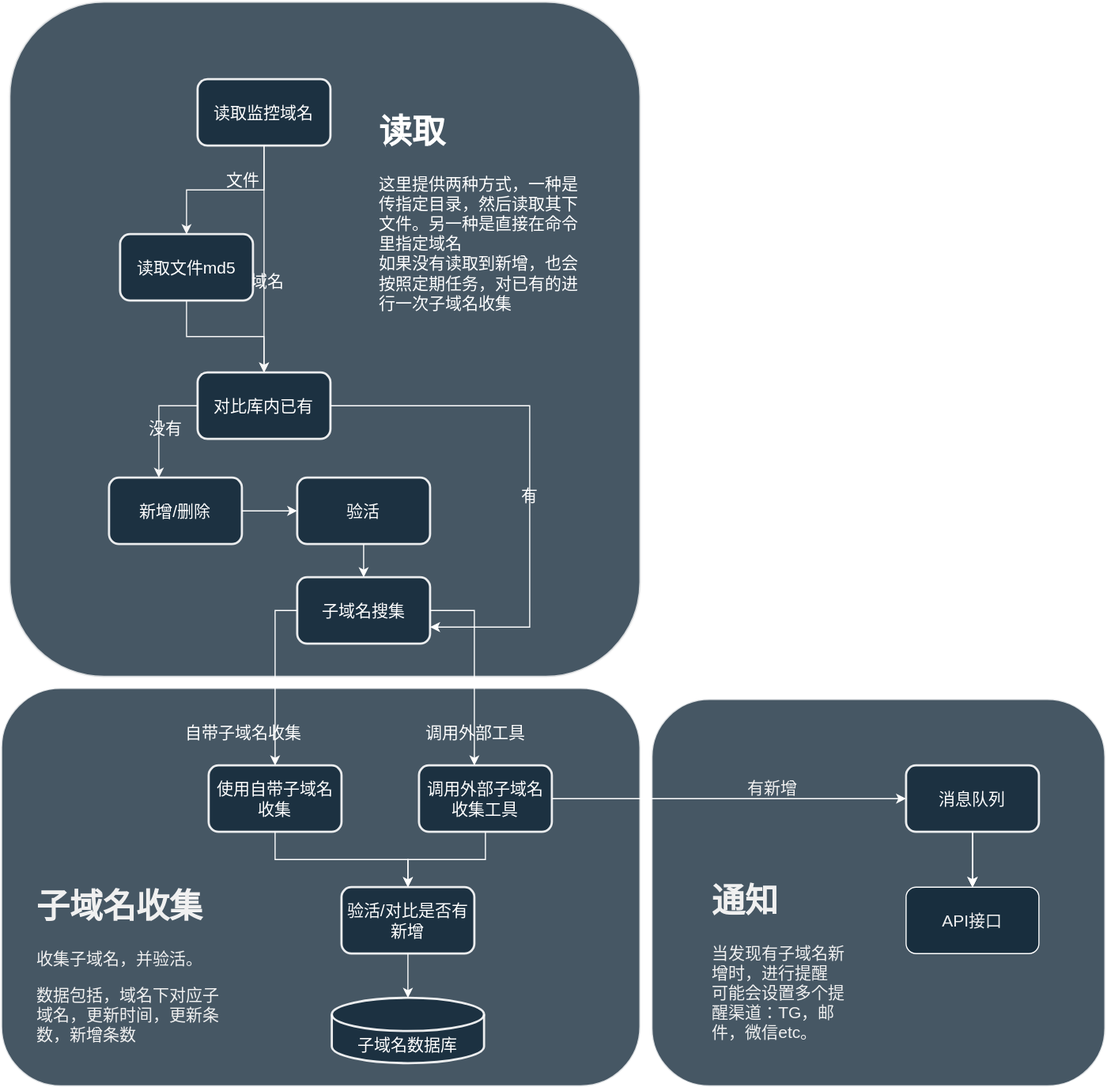
Above: 子域名监控-subdomain monitor.drawio.svg in 1dayluo/subnya (draw.io), before the change. Source tidied: cells renumbered, new cells last; positions are measured from the earlier drawing's top-left corner, leaving out a move shared by most shapes. The source it was exported from:
```xml
<mxGraphModel>
  <root>
    <mxCell id="0" />
    <mxCell id="1" parent="0" />
    <mxCell id="2" style="rounded=1;whiteSpace=wrap;html=1;shadow=0;glass=0;strokeColor=#FFFFFF;strokeWidth=2;fontFamily=Helvetica;fontSize=15;fillColor=#182E3E;opacity=80;labelBackgroundColor=none;fontColor=#FFFFFF;" parent="1" vertex="1">
      <mxGeometry x="588" y="630" width="410" height="350" as="geometry" />
    </mxCell>
    <mxCell id="3" style="rounded=1;whiteSpace=wrap;html=1;shadow=0;glass=0;strokeColor=#FFFFFF;strokeWidth=2;fontFamily=Helvetica;fontSize=15;fillColor=#182E3E;opacity=80;labelBackgroundColor=none;fontColor=#FFFFFF;" parent="1" vertex="1">
      <mxGeometry x="0.5" y="620" width="577.5" height="360" as="geometry" />
    </mxCell>
    <mxCell id="4" style="rounded=1;whiteSpace=wrap;html=1;shadow=0;glass=0;strokeColor=#F7F7F7;strokeWidth=2;fontFamily=Helvetica;fontSize=15;fillColor=#182E3E;labelBackgroundColor=none;fontColor=#FFFFFF;opacity=80;" parent="1" vertex="1">
      <mxGeometry x="8" width="570" height="610" as="geometry" />
    </mxCell>
    <mxCell id="5" style="edgeStyle=orthogonalEdgeStyle;rounded=0;jettySize=auto;html=1;exitX=0.5;exitY=1;exitDx=0;exitDy=0;entryX=0.5;entryY=0;entryDx=0;entryDy=0;fontFamily=Helvetica;fontSize=15;fontColor=default;labelBackgroundColor=none;strokeColor=#F7F7F7;" parent="1" edge="1" source="9" target="11">
      <mxGeometry relative="1" as="geometry" />
    </mxCell>
    <mxCell id="6" value="文件" style="edgeLabel;html=1;align=center;verticalAlign=middle;fontSize=15;fontFamily=Helvetica;fontColor=#FFFFFF;labelBackgroundColor=none;" parent="5" vertex="1">
      <mxGeometry x="-0.56" y="-2" relative="1" as="geometry">
        <mxPoint x="-18" y="-3" as="offset" />
      </mxGeometry>
    </mxCell>
    <mxCell id="7" style="edgeStyle=orthogonalEdgeStyle;rounded=0;jettySize=auto;html=1;exitX=0.5;exitY=1;exitDx=0;exitDy=0;fontFamily=Helvetica;fontSize=15;fontColor=default;labelBackgroundColor=none;strokeColor=#F7F7F7;" parent="1" edge="1" source="9" target="16">
      <mxGeometry relative="1" as="geometry" />
    </mxCell>
    <mxCell id="8" value="域名" style="edgeLabel;html=1;align=center;verticalAlign=middle;fontSize=15;fontFamily=Helvetica;fontColor=#FFFFFF;labelBackgroundColor=none;" parent="7" vertex="1">
      <mxGeometry x="0.19" y="2" relative="1" as="geometry" />
    </mxCell>
    <mxCell id="9" value="读取监控域名" style="rounded=1;whiteSpace=wrap;html=1;glass=0;shadow=0;strokeWidth=2;opacity=90;fontSize=15;labelBorderColor=none;fontColor=#FFFFFF;labelBackgroundColor=none;fillColor=#182E3E;strokeColor=#FFFFFF;" parent="1" vertex="1">
      <mxGeometry x="178" y="70" width="120" height="60" as="geometry" />
    </mxCell>
    <mxCell id="10" style="edgeStyle=orthogonalEdgeStyle;rounded=0;jettySize=auto;html=1;entryX=0.5;entryY=0;entryDx=0;entryDy=0;fontFamily=Helvetica;fontSize=15;fontColor=default;labelBackgroundColor=none;strokeColor=#F7F7F7;" parent="1" edge="1" source="11" target="16">
      <mxGeometry relative="1" as="geometry" />
    </mxCell>
    <mxCell id="11" value="读取文件md5" style="rounded=1;whiteSpace=wrap;html=1;shadow=0;glass=0;strokeColor=#FFFFFF;strokeWidth=2;fontFamily=Helvetica;fontSize=15;fontColor=#FFFFFF;fillColor=#182E3E;opacity=90;labelBackgroundColor=none;" parent="1" vertex="1">
      <mxGeometry x="108" y="210" width="120" height="60" as="geometry" />
    </mxCell>
    <mxCell id="12" style="edgeStyle=orthogonalEdgeStyle;rounded=0;jettySize=auto;html=1;entryX=0.375;entryY=0;entryDx=0;entryDy=0;entryPerimeter=0;fontFamily=Helvetica;fontSize=15;fontColor=default;exitX=0;exitY=0.5;exitDx=0;exitDy=0;labelBackgroundColor=none;strokeColor=#F7F7F7;" parent="1" edge="1" source="16" target="18">
      <mxGeometry relative="1" as="geometry" />
    </mxCell>
    <mxCell id="13" value="没有" style="edgeLabel;html=1;align=center;verticalAlign=middle;fontSize=15;fontFamily=Helvetica;fontColor=#FFFFFF;labelBackgroundColor=none;" parent="12" vertex="1">
      <mxGeometry x="0.08" y="5" relative="1" as="geometry" />
    </mxCell>
    <mxCell id="14" style="edgeStyle=orthogonalEdgeStyle;rounded=0;jettySize=auto;html=1;entryX=1;entryY=0.75;entryDx=0;entryDy=0;fontFamily=Helvetica;fontSize=15;fontColor=default;exitX=1;exitY=0.5;exitDx=0;exitDy=0;labelBackgroundColor=none;strokeColor=#ffffff;" parent="1" edge="1" source="16" target="25">
      <mxGeometry relative="1" as="geometry">
        <Array as="points">
          <mxPoint x="478" y="365" />
          <mxPoint x="478" y="565" />
        </Array>
      </mxGeometry>
    </mxCell>
    <mxCell id="15" value="有" style="edgeLabel;html=1;align=center;verticalAlign=middle;fontSize=15;fontFamily=Helvetica;fontColor=#FFFFFF;labelBackgroundColor=none;" parent="14" vertex="1">
      <mxGeometry x="0.11" y="-1" relative="1" as="geometry" />
    </mxCell>
    <mxCell id="16" value="对比库内已有" style="rounded=1;whiteSpace=wrap;html=1;shadow=0;glass=0;strokeColor=#FFFFFF;strokeWidth=2;fontFamily=Helvetica;fontSize=15;fontColor=#FFFFFF;fillColor=#182E3E;opacity=90;labelBackgroundColor=none;" parent="1" vertex="1">
      <mxGeometry x="178" y="335" width="120" height="60" as="geometry" />
    </mxCell>
    <mxCell id="17" style="edgeStyle=orthogonalEdgeStyle;rounded=0;jettySize=auto;html=1;entryX=0;entryY=0.5;entryDx=0;entryDy=0;fontFamily=Helvetica;fontSize=15;fontColor=default;labelBackgroundColor=none;strokeColor=#ffffff;" parent="1" edge="1" source="18" target="20">
      <mxGeometry relative="1" as="geometry" />
    </mxCell>
    <mxCell id="18" value="新增/删除" style="rounded=1;whiteSpace=wrap;html=1;shadow=0;glass=0;strokeColor=#FFFFFF;strokeWidth=2;fontFamily=Helvetica;fontSize=15;fontColor=#FFFFFF;fillColor=#182E3E;opacity=90;labelBackgroundColor=none;" parent="1" vertex="1">
      <mxGeometry x="98" y="430" width="120" height="60" as="geometry" />
    </mxCell>
    <mxCell id="19" style="edgeStyle=orthogonalEdgeStyle;rounded=0;jettySize=auto;html=1;fontFamily=Helvetica;fontSize=15;fontColor=default;labelBackgroundColor=none;strokeColor=#ffffff;" parent="1" edge="1" source="20" target="25">
      <mxGeometry relative="1" as="geometry" />
    </mxCell>
    <mxCell id="20" value="验活" style="rounded=1;whiteSpace=wrap;html=1;shadow=0;glass=0;strokeColor=#FFFFFF;strokeWidth=2;fontFamily=Helvetica;fontSize=15;fontColor=#FFFFFF;fillColor=#182E3E;opacity=90;labelBackgroundColor=none;" parent="1" vertex="1">
      <mxGeometry x="268" y="430" width="120" height="60" as="geometry" />
    </mxCell>
    <mxCell id="21" style="edgeStyle=orthogonalEdgeStyle;rounded=0;jettySize=auto;html=1;fontFamily=Helvetica;fontSize=15;fontColor=default;labelBackgroundColor=none;strokeColor=#ffffff;" parent="1" edge="1" source="25" target="29">
      <mxGeometry relative="1" as="geometry">
        <Array as="points">
          <mxPoint x="428" y="550" />
        </Array>
      </mxGeometry>
    </mxCell>
    <mxCell id="22" value="调用外部工具" style="edgeLabel;html=1;align=center;verticalAlign=middle;fontSize=15;fontFamily=Helvetica;fontColor=#FFFFFF;labelBackgroundColor=none;" parent="21" vertex="1">
      <mxGeometry x="0.1" y="1" relative="1" as="geometry">
        <mxPoint x="-1" y="51" as="offset" />
      </mxGeometry>
    </mxCell>
    <mxCell id="23" style="edgeStyle=orthogonalEdgeStyle;rounded=0;jettySize=auto;html=1;fontFamily=Helvetica;fontSize=15;fontColor=default;exitX=0;exitY=0.5;exitDx=0;exitDy=0;labelBackgroundColor=none;strokeColor=#FFFFFF;" parent="1" edge="1" source="25" target="31">
      <mxGeometry relative="1" as="geometry">
        <Array as="points">
          <mxPoint x="248" y="550" />
        </Array>
      </mxGeometry>
    </mxCell>
    <mxCell id="24" value="自带子域名收集" style="edgeLabel;html=1;align=center;verticalAlign=middle;fontSize=15;fontFamily=Helvetica;fontColor=#FFFFFF;labelBackgroundColor=none;" parent="23" vertex="1">
      <mxGeometry x="0.18" y="3" relative="1" as="geometry">
        <mxPoint x="-33" y="35" as="offset" />
      </mxGeometry>
    </mxCell>
    <mxCell id="25" value="子域名搜集" style="whiteSpace=wrap;html=1;fontSize=15;fontColor=#FFFFFF;rounded=1;shadow=0;glass=0;strokeWidth=2;opacity=90;labelBackgroundColor=none;fillColor=#182E3E;strokeColor=#FFFFFF;" parent="1" vertex="1">
      <mxGeometry x="268" y="520" width="120" height="60" as="geometry" />
    </mxCell>
    <mxCell id="26" value="&lt;h1&gt;读取&lt;/h1&gt;&lt;div&gt;这里提供两种方式，一种是传指定目录，然后读取其下文件。另一种是直接在命令里指定域名&lt;/div&gt;&lt;div&gt;如果没有读取到新增，也会按照定期任务，对已有的进行一次子域名收集&lt;/div&gt;&lt;div&gt;&lt;br&gt;&lt;/div&gt;&lt;div&gt;&lt;br&gt;&lt;/div&gt;" style="text;html=1;strokeColor=none;fillColor=none;spacing=5;spacingTop=-20;whiteSpace=wrap;overflow=hidden;rounded=0;fontSize=15;fontFamily=Helvetica;fontColor=#FFFFFF;labelBackgroundColor=none;" parent="1" vertex="1">
      <mxGeometry x="337" y="90" width="190" height="210" as="geometry" />
    </mxCell>
    <mxCell id="27" style="edgeStyle=orthogonalEdgeStyle;rounded=0;jettySize=auto;html=1;entryX=0.5;entryY=0;entryDx=0;entryDy=0;fontFamily=Helvetica;fontSize=15;fontColor=default;labelBackgroundColor=none;strokeColor=#FFFFFF;" parent="1" edge="1" source="29" target="33">
      <mxGeometry relative="1" as="geometry" />
    </mxCell>
    <mxCell id="28" value="有新增" style="edgeStyle=orthogonalEdgeStyle;shape=connector;rounded=0;jettySize=auto;html=1;labelBackgroundColor=none;strokeColor=#FFFFFF;fontFamily=Helvetica;fontSize=15;fontColor=#F0F0F0;endArrow=classic;" parent="1" edge="1" source="29" target="41">
      <mxGeometry x="0.24" y="10" relative="1" as="geometry" />
    </mxCell>
    <mxCell id="29" value="调用外部子域名收集工具&lt;br&gt;" style="whiteSpace=wrap;html=1;fontSize=15;fontColor=#FFFFFF;rounded=1;shadow=0;glass=0;strokeWidth=2;opacity=90;labelBackgroundColor=none;fillColor=#182E3E;strokeColor=#FFFFFF;" parent="1" vertex="1">
      <mxGeometry x="378" y="690" width="120" height="60" as="geometry" />
    </mxCell>
    <mxCell id="30" style="edgeStyle=orthogonalEdgeStyle;rounded=0;jettySize=auto;html=1;entryX=0.5;entryY=0;entryDx=0;entryDy=0;fontFamily=Helvetica;fontSize=15;fontColor=default;labelBackgroundColor=none;strokeColor=#FFFFFF;" parent="1" edge="1" source="31" target="33">
      <mxGeometry relative="1" as="geometry" />
    </mxCell>
    <mxCell id="31" value="使用自带子域名收集" style="whiteSpace=wrap;html=1;fontSize=15;fontColor=#FFFFFF;rounded=1;shadow=0;glass=0;strokeWidth=2;opacity=90;labelBackgroundColor=none;fillColor=#182E3E;strokeColor=#FFFFFF;" parent="1" vertex="1">
      <mxGeometry x="188" y="690" width="120" height="60" as="geometry" />
    </mxCell>
    <mxCell id="32" style="edgeStyle=orthogonalEdgeStyle;rounded=0;jettySize=auto;html=1;fontFamily=Helvetica;fontSize=15;fontColor=default;labelBackgroundColor=none;strokeColor=#FFFFFF;" parent="1" edge="1" source="33" target="34">
      <mxGeometry relative="1" as="geometry" />
    </mxCell>
    <mxCell id="33" value="验活/对比是否有新增" style="rounded=1;whiteSpace=wrap;html=1;shadow=0;glass=0;strokeColor=#FFFFFF;strokeWidth=2;fontFamily=Helvetica;fontSize=15;fontColor=#FFFFFF;fillColor=#182E3E;opacity=90;labelBackgroundColor=none;" parent="1" vertex="1">
      <mxGeometry x="308" y="800" width="120" height="60" as="geometry" />
    </mxCell>
    <mxCell id="34" value="子域名数据库" style="shape=cylinder3;whiteSpace=wrap;html=1;boundedLbl=1;backgroundOutline=1;size=15;rounded=1;shadow=0;glass=0;strokeColor=#FFFFFF;strokeWidth=2;fontFamily=Helvetica;fontSize=15;fontColor=#FFFFFF;fillColor=#182E3E;opacity=90;labelBackgroundColor=none;" parent="1" vertex="1">
      <mxGeometry x="299.2" y="900" width="137.5" height="59" as="geometry" />
    </mxCell>
    <mxCell id="35" value="&lt;h1&gt;&lt;font color=&quot;#f0f0f0&quot;&gt;子域名收集&lt;/font&gt;&lt;/h1&gt;&lt;p&gt;&lt;font color=&quot;#f0f0f0&quot;&gt;收集子域名，并验活。&lt;/font&gt;&lt;/p&gt;&lt;p&gt;&lt;font color=&quot;#f0f0f0&quot;&gt;数据包括，域名下对应子域名，更新时间，更新条数，新增条数&lt;/font&gt;&lt;/p&gt;" style="text;html=1;strokeColor=none;fillColor=none;spacing=5;spacingTop=-20;whiteSpace=wrap;overflow=hidden;rounded=0;fontSize=15;fontFamily=Helvetica;fontColor=default;" parent="1" vertex="1">
      <mxGeometry x="28" y="790" width="180" height="160" as="geometry" />
    </mxCell>
    <mxCell id="36" style="edgeStyle=orthogonalEdgeStyle;shape=connector;rounded=0;jettySize=auto;html=1;labelBackgroundColor=none;strokeColor=#FFFFFF;fontFamily=Helvetica;fontSize=15;fontColor=#F0F0F0;endArrow=classic;" parent="1" edge="1" source="41" target="42">
      <mxGeometry relative="1" as="geometry" />
    </mxCell>
    <mxCell id="37" style="edgeStyle=orthogonalEdgeStyle;shape=connector;rounded=0;jettySize=auto;html=1;labelBackgroundColor=none;strokeColor=#FFFFFF;fontFamily=Helvetica;fontSize=15;fontColor=#F0F0F0;endArrow=classic;" parent="1" edge="1" source="41" target="42">
      <mxGeometry relative="1" as="geometry" />
    </mxCell>
    <mxCell id="38" style="edgeStyle=orthogonalEdgeStyle;shape=connector;rounded=0;jettySize=auto;html=1;labelBackgroundColor=none;strokeColor=#FFFFFF;fontFamily=Helvetica;fontSize=15;fontColor=#F0F0F0;endArrow=classic;" parent="1" edge="1" source="41" target="42">
      <mxGeometry relative="1" as="geometry" />
    </mxCell>
    <mxCell id="39" style="edgeStyle=orthogonalEdgeStyle;shape=connector;rounded=0;jettySize=auto;html=1;labelBackgroundColor=none;strokeColor=#FFFFFF;fontFamily=Helvetica;fontSize=15;fontColor=#F0F0F0;endArrow=classic;" parent="1" edge="1" source="41" target="42">
      <mxGeometry relative="1" as="geometry" />
    </mxCell>
    <mxCell id="40" style="edgeStyle=orthogonalEdgeStyle;shape=connector;rounded=0;jettySize=auto;html=1;labelBackgroundColor=none;strokeColor=#FFFFFF;fontFamily=Helvetica;fontSize=15;fontColor=#F0F0F0;endArrow=classic;" parent="1" edge="1" source="41" target="42">
      <mxGeometry relative="1" as="geometry" />
    </mxCell>
    <mxCell id="41" value="消息队列" style="whiteSpace=wrap;html=1;fontSize=15;fillColor=#182E3E;strokeColor=#FFFFFF;fontColor=#FFFFFF;rounded=1;shadow=0;glass=0;strokeWidth=2;opacity=90;labelBackgroundColor=none;" parent="1" vertex="1">
      <mxGeometry x="818" y="690" width="120" height="60" as="geometry" />
    </mxCell>
    <mxCell id="42" value="API接口" style="rounded=1;whiteSpace=wrap;html=1;strokeColor=#FFFFFF;fontFamily=Helvetica;fontSize=15;fontColor=#F0F0F0;fillColor=#182E3E;" parent="1" vertex="1">
      <mxGeometry x="818" y="800" width="120" height="60" as="geometry" />
    </mxCell>
    <mxCell id="43" value="&lt;h1&gt;通知&lt;/h1&gt;&lt;div&gt;当发现有子域名新增时，进行提醒&lt;/div&gt;&lt;div&gt;可能会设置多个提醒渠道：TG，邮件，微信etc。&lt;/div&gt;" style="text;html=1;strokeColor=none;fillColor=none;spacing=5;spacingTop=-20;whiteSpace=wrap;overflow=hidden;rounded=0;fontSize=15;fontFamily=Helvetica;fontColor=#F0F0F0;" parent="1" vertex="1">
      <mxGeometry x="638" y="785" width="130" height="170" as="geometry" />
    </mxCell>
  </root>
</mxGraphModel>
```
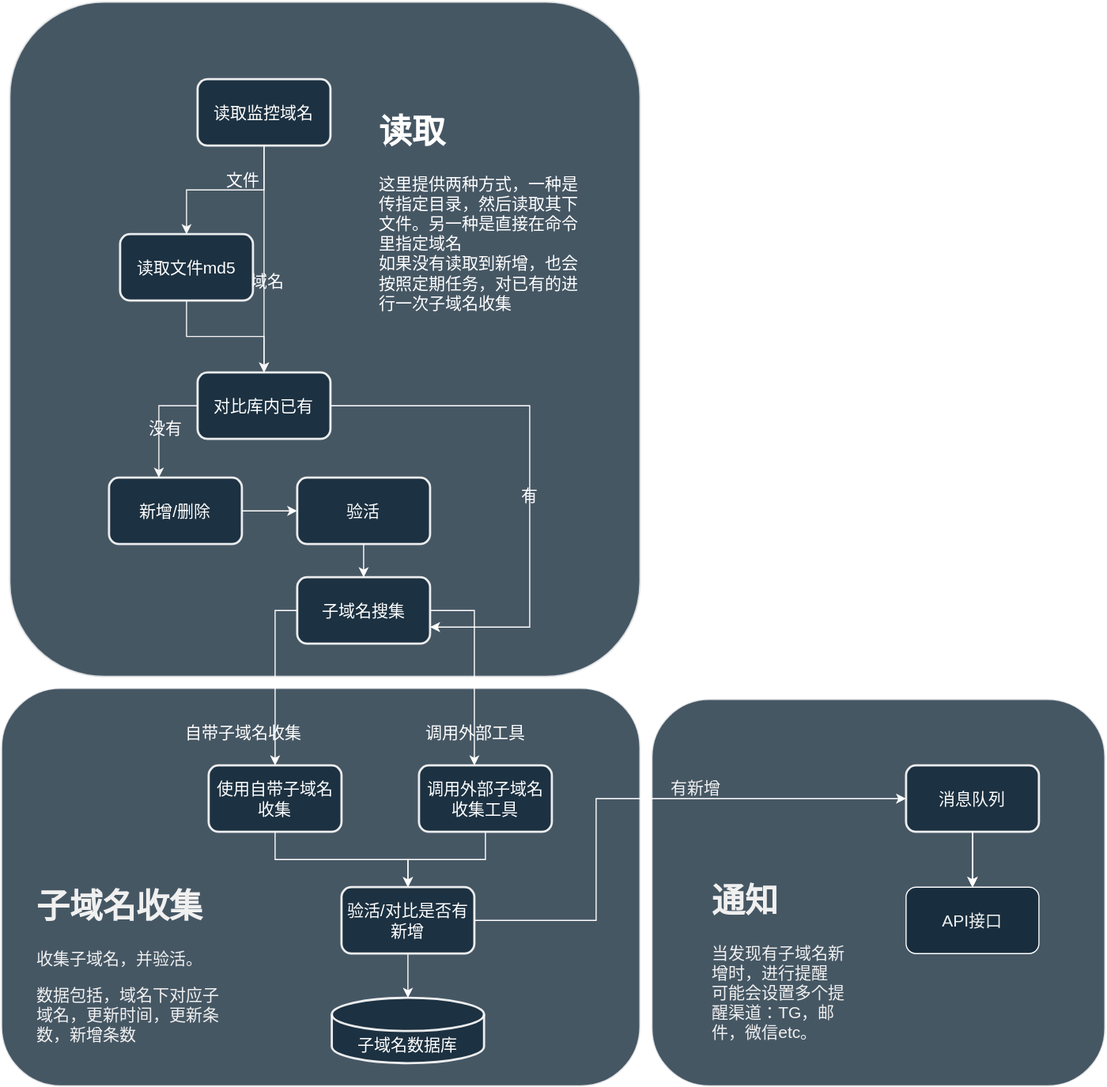
After the commit.

Change to the diagram source:
```diff
@@ -99,8 +99,13 @@
     <mxCell id="27" style="edgeStyle=orthogonalEdgeStyle;rounded=0;jettySize=auto;html=1;entryX=0.5;entryY=0;entryDx=0;entryDy=0;fontFamily=Helvetica;fontSize=15;fontColor=default;labelBackgroundColor=none;strokeColor=#FFFFFF;" parent="1" edge="1" source="29" target="33">
       <mxGeometry relative="1" as="geometry" />
     </mxCell>
-    <mxCell id="28" value="有新增" style="edgeStyle=orthogonalEdgeStyle;shape=connector;rounded=0;jettySize=auto;html=1;labelBackgroundColor=none;strokeColor=#FFFFFF;fontFamily=Helvetica;fontSize=15;fontColor=#F0F0F0;endArrow=classic;" parent="1" edge="1" source="29" target="41">
-      <mxGeometry x="0.24" y="10" relative="1" as="geometry" />
+    <mxCell id="28" value="有新增" style="edgeStyle=orthogonalEdgeStyle;shape=connector;rounded=0;jettySize=auto;html=1;labelBackgroundColor=none;strokeColor=#FFFFFF;fontFamily=Helvetica;fontSize=15;fontColor=#F0F0F0;endArrow=classic;exitX=1;exitY=0.5;exitDx=0;exitDy=0;" parent="1" edge="1" source="33" target="41">
+      <mxGeometry x="0.24" y="10" relative="1" as="geometry">
+        <Array as="points">
+          <mxPoint x="538" y="830" />
+          <mxPoint x="538" y="720" />
+        </Array>
+      </mxGeometry>
     </mxCell>
     <mxCell id="29" value="调用外部子域名收集工具&lt;br&gt;" style="whiteSpace=wrap;html=1;fontSize=15;fontColor=#FFFFFF;rounded=1;shadow=0;glass=0;strokeWidth=2;opacity=90;labelBackgroundColor=none;fillColor=#182E3E;strokeColor=#FFFFFF;" parent="1" vertex="1">
       <mxGeometry x="378" y="690" width="120" height="60" as="geometry" />
```
